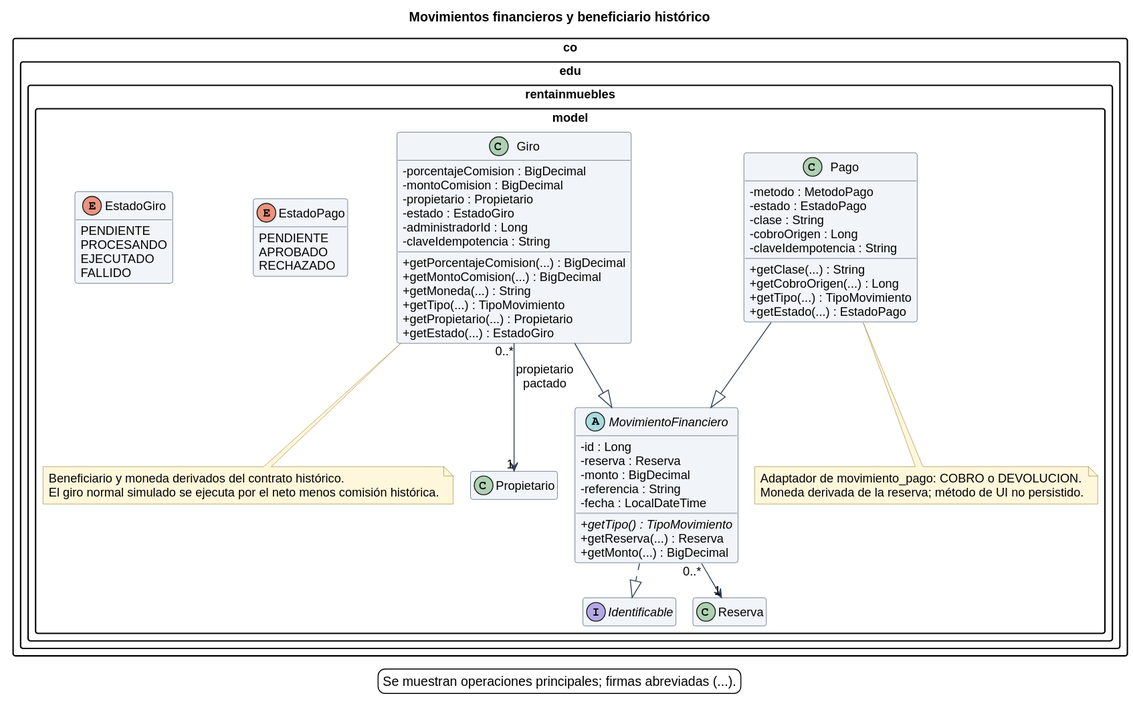
Above: docs/diagramas/16_clases_finanzas.svg in Davidjp11p07/DayNest (PlantUML), before the change.
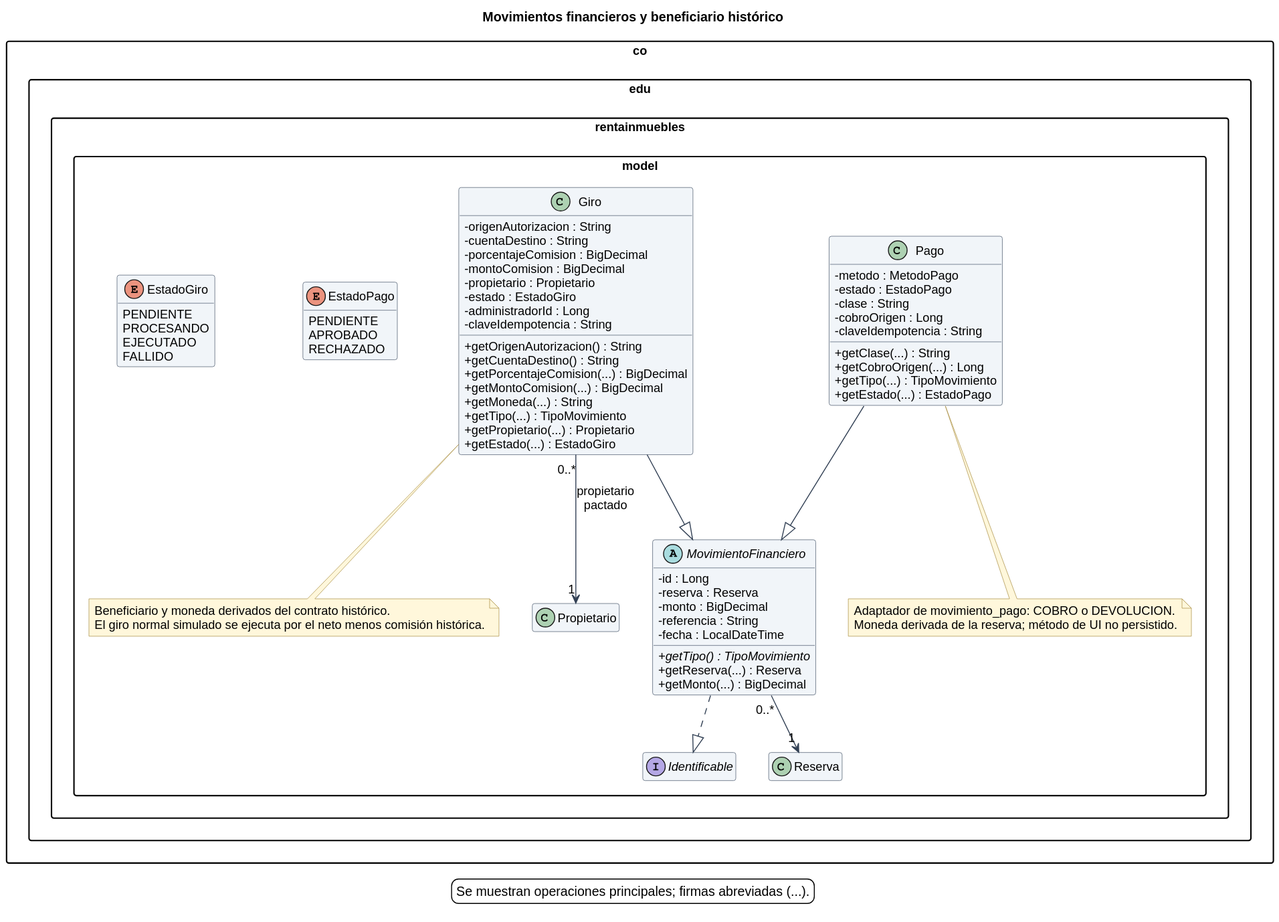
The same diagram one commit later.

What changed in the source:
```diff
@@ -1,4 +1,5 @@
 @startuml
+skinparamlocked metana null
 !include estilo.iuml
 title Movimientos financieros y beneficiario histórico
 package "co.edu.rentainmuebles.model" {
@@ -27,6 +28,10 @@
   +getEstado(...) : EstadoPago
 }
 class Giro {
+  -origenAutorizacion : String
+  -cuentaDestino : String
+  +getOrigenAutorizacion() : String
+  +getCuentaDestino() : String
   -porcentajeComision : BigDecimal
   -montoComision : BigDecimal
   +getPorcentajeComision(...) : BigDecimal
```
